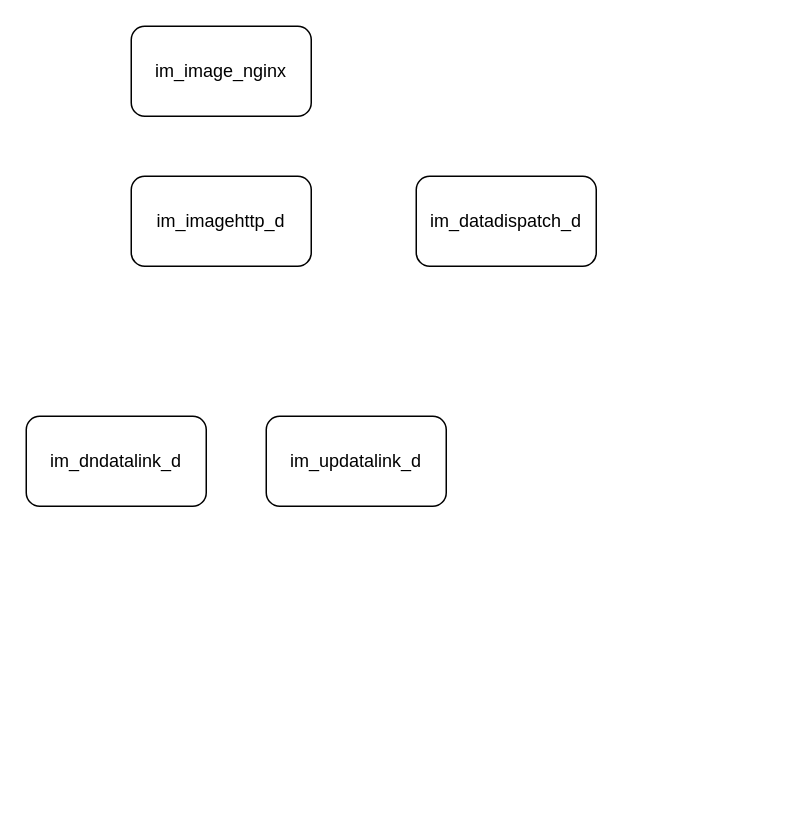
Earlier version of the draw.io diagram 截图.drawio (zouzc/datagrams). Source tidied: cells renumbered, new cells numbered last; positions are measured from the earlier drawing's top-left corner, leaving out a move shared by most shapes. Both pictures are drawn from the tidied source at 150%, with x=0, y=0 at pixel (26, 26).
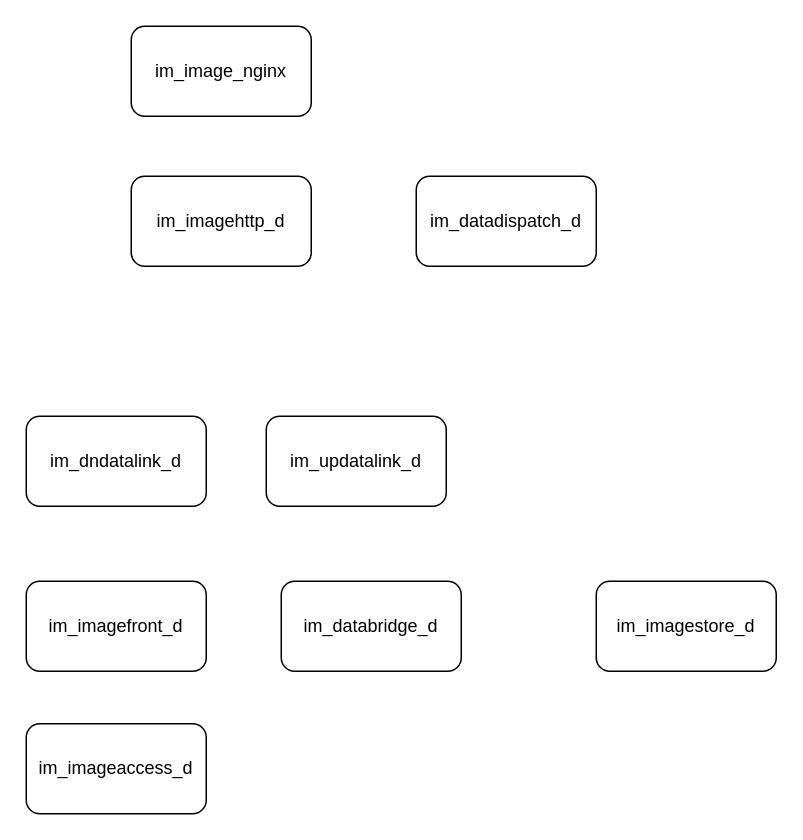
The same diagram, later.

Diff of the diagram source:
```diff
@@
 <mxGraphModel>
   <root>
     <mxCell id="0" />
     <mxCell id="1" parent="0" />
     <mxCell id="2" value="im_image_nginx" style="rounded=1;whiteSpace=wrap;html=1;" parent="1" vertex="1">
       <mxGeometry x="70" width="120" height="60" as="geometry" />
     </mxCell>
     <mxCell id="3" value="im_imagehttp_d" style="rounded=1;whiteSpace=wrap;html=1;" parent="1" vertex="1">
       <mxGeometry x="70" y="100" width="120" height="60" as="geometry" />
     </mxCell>
     <mxCell id="4" value="im_datadispatch_d" style="rounded=1;whiteSpace=wrap;html=1;" parent="1" vertex="1">
       <mxGeometry x="260" y="100" width="120" height="60" as="geometry" />
     </mxCell>
     <mxCell id="5" value="im_dndatalink_d" style="rounded=1;whiteSpace=wrap;html=1;" parent="1" vertex="1">
       <mxGeometry y="260" width="120" height="60" as="geometry" />
     </mxCell>
     <mxCell id="6" value="im_updatalink_d" style="rounded=1;whiteSpace=wrap;html=1;" parent="1" vertex="1">
       <mxGeometry x="160" y="260" width="120" height="60" as="geometry" />
     </mxCell>
+    <mxCell id="7" value="im_imagefront_d" style="rounded=1;whiteSpace=wrap;html=1;" parent="1" vertex="1">
+      <mxGeometry y="370" width="120" height="60" as="geometry" />
+    </mxCell>
+    <mxCell id="8" value="im_imageaccess_d" style="rounded=1;whiteSpace=wrap;html=1;" parent="1" vertex="1">
+      <mxGeometry y="465" width="120" height="60" as="geometry" />
+    </mxCell>
+    <mxCell id="9" value="im_databridge_d" style="rounded=1;whiteSpace=wrap;html=1;" parent="1" vertex="1">
+      <mxGeometry x="170" y="370" width="120" height="60" as="geometry" />
+    </mxCell>
+    <mxCell id="10" value="im_imagestore_d" style="rounded=1;whiteSpace=wrap;html=1;" parent="1" vertex="1">
+      <mxGeometry x="380" y="370" width="120" height="60" as="geometry" />
+    </mxCell>
   </root>
 </mxGraphModel>
```
